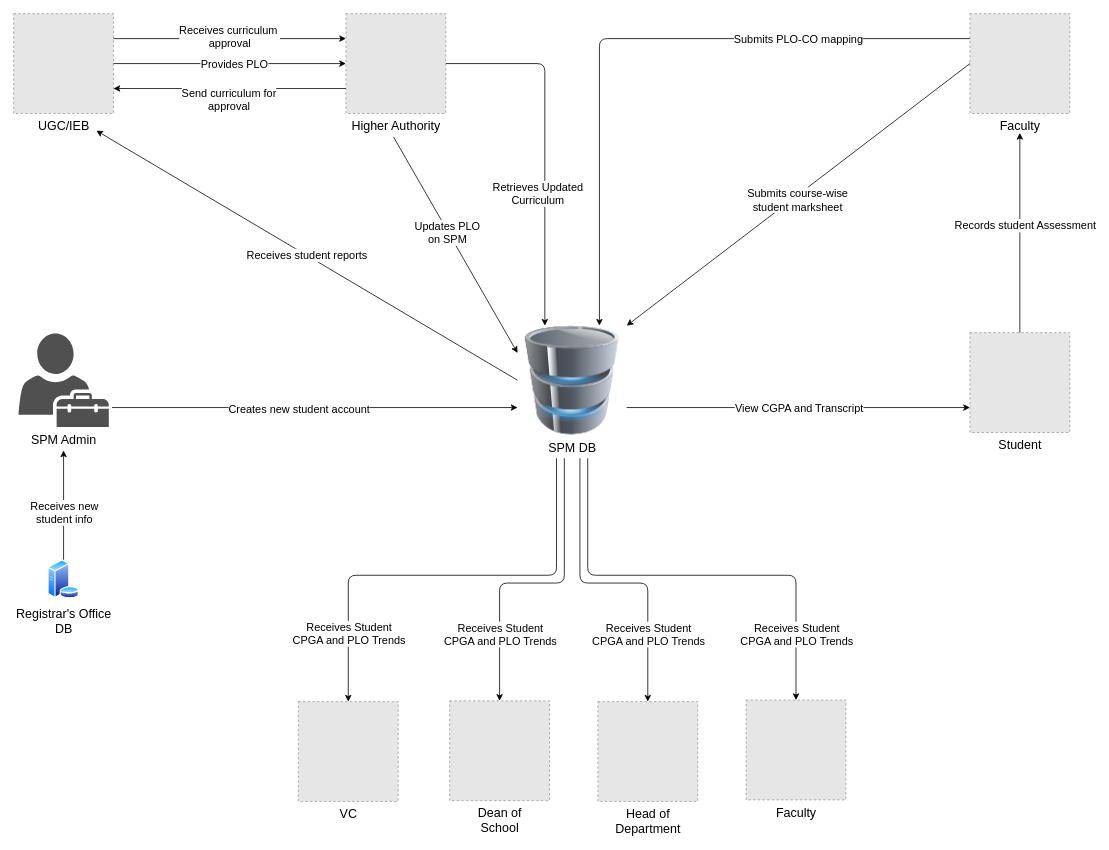
Above: page "Page-2" (2 of 2) of Report/Rich Picture (AS IS).drawio in moon672/cse-303-1-spring-2021-group-3 (draw.io), before the change. Source tidied: cells renumbered, new cells numbered last; positions are measured from the earlier drawing's top-left corner, leaving out a move shared by most shapes. Both pictures are drawn from the tidied source at 78%, with x=0, y=0 at pixel (13, 13). Pictures stored in the file or linked from it are replaced by grey dashed boxes.
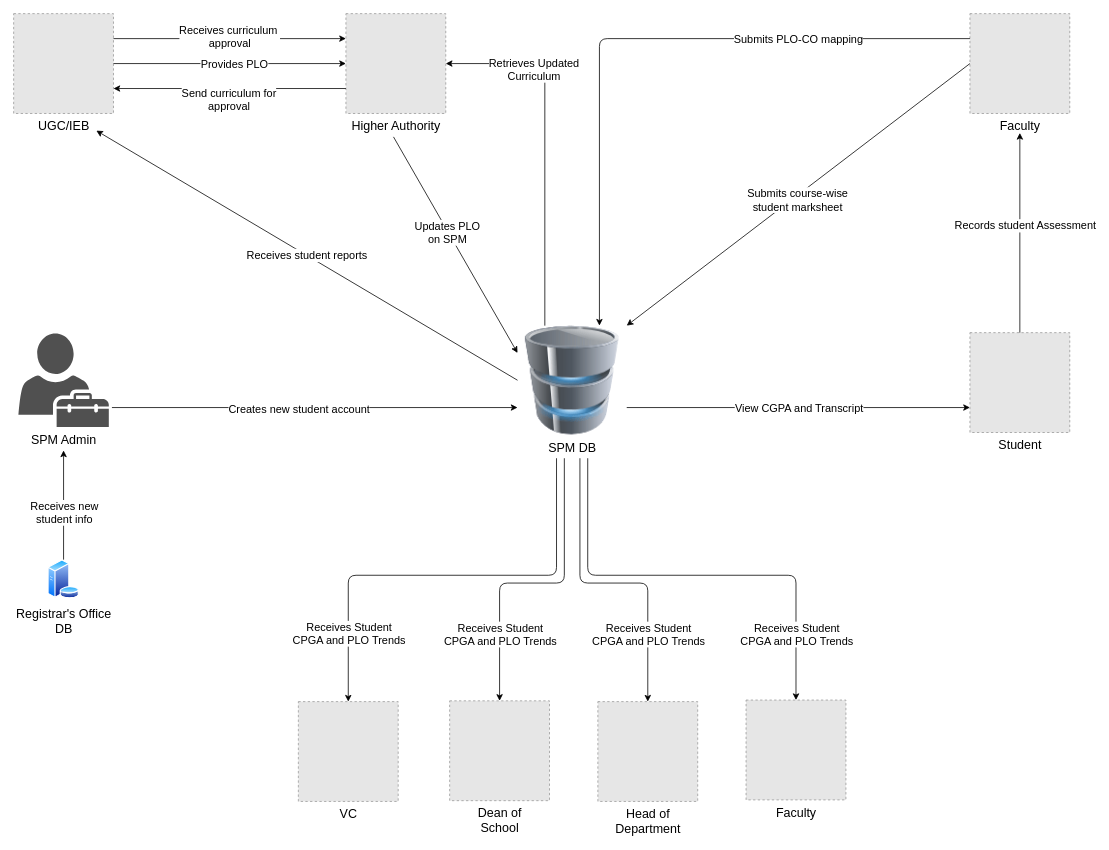
The same diagram, later.

Unchanged cells that the change refers to:
```xml
<mxCell id="2" value="&lt;font&gt;&lt;font style=&quot;font-size: 16px&quot;&gt;SPM DB&lt;/font&gt;&lt;br&gt;&lt;/font&gt;" style="image;html=1;image=img/lib/clip_art/computers/Database_128x128.png;" parent="1" vertex="1">
  <mxGeometry x="646" y="400" width="140" height="140" as="geometry" />
</mxCell>
<mxCell id="24" value="&lt;font style=&quot;font-size: 16px&quot;&gt;Higher Authority&lt;br&gt;&lt;/font&gt;" style="fillColor=#E6E6E6;strokeColor=#999999;dashed=1;html=1;verticalAlign=top;verticalLabelPosition=bottom;labelBackgroundColor=#ffffff;" parent="1" vertex="1">
  <mxGeometry x="426" width="128" height="128" as="geometry" />
</mxCell>
```

What changed in the source:
```diff
@@
-    <mxCell id="29" style="endArrow=classic;html=1;fontSize=14;exitX=1;exitY=0.5;exitDx=0;exitDy=0;entryX=0.25;entryY=0;entryDx=0;entryDy=0;" parent="1" edge="1" source="24" target="2">
+    <mxCell id="29" style="endArrow=classic;html=1;fontSize=14;exitX=0.25;exitY=0;exitDx=0;exitDy=0;entryX=1;entryY=0.5;entryDx=0;entryDy=0;" parent="1" edge="1" source="2" target="24">
       <mxGeometry relative="1" as="geometry">
         <Array as="points">
           <mxPoint x="681" y="64" />
         </Array>
       </mxGeometry>
     </mxCell>
     <mxCell id="30" value="Retrieves Updated&lt;br&gt;Curriculum" style="edgeLabel;html=1;align=center;verticalAlign=middle;fontSize=14;" parent="29" vertex="1">
       <mxGeometry x="-0.6" relative="1" as="geometry">
-        <mxPoint x="24.9" y="166" as="offset" />
+        <mxPoint x="-15" y="-236" as="offset" />
       </mxGeometry>
     </mxCell>
```
